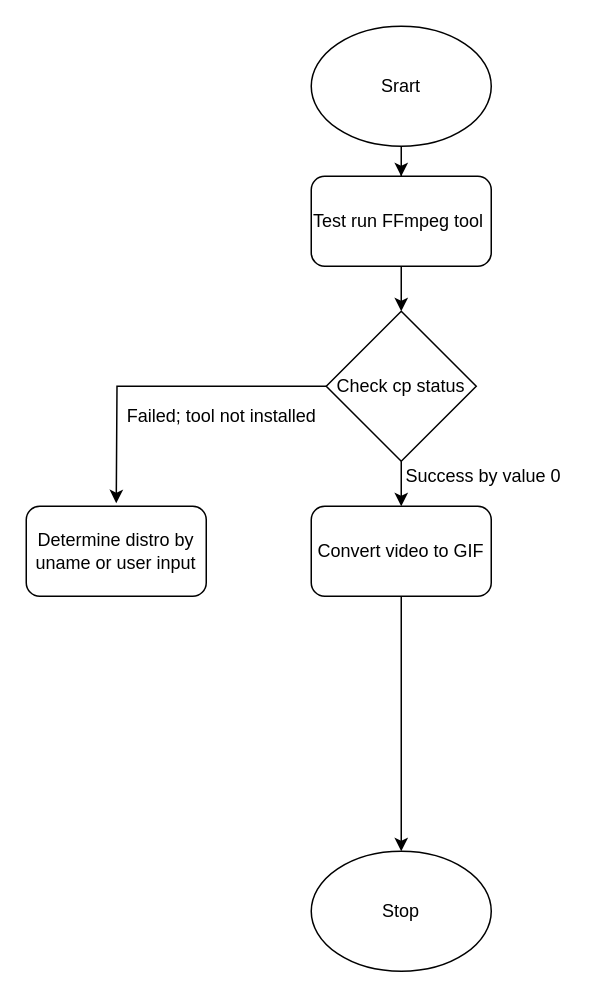
This is Structure and Media of project/Shell script flow chart.drawio from MohammadYAmmar/Shell-script-Video-to-GIF-Windows-Subsystem-Linux, a draw.io file, before an edit. Source tidied: cells renumbered, new cells numbered last; positions are measured from the earlier drawing's top-left corner, leaving out a move shared by most shapes. Both pictures are drawn from the tidied source at 150%, with x=0, y=0 at pixel (26, 26).
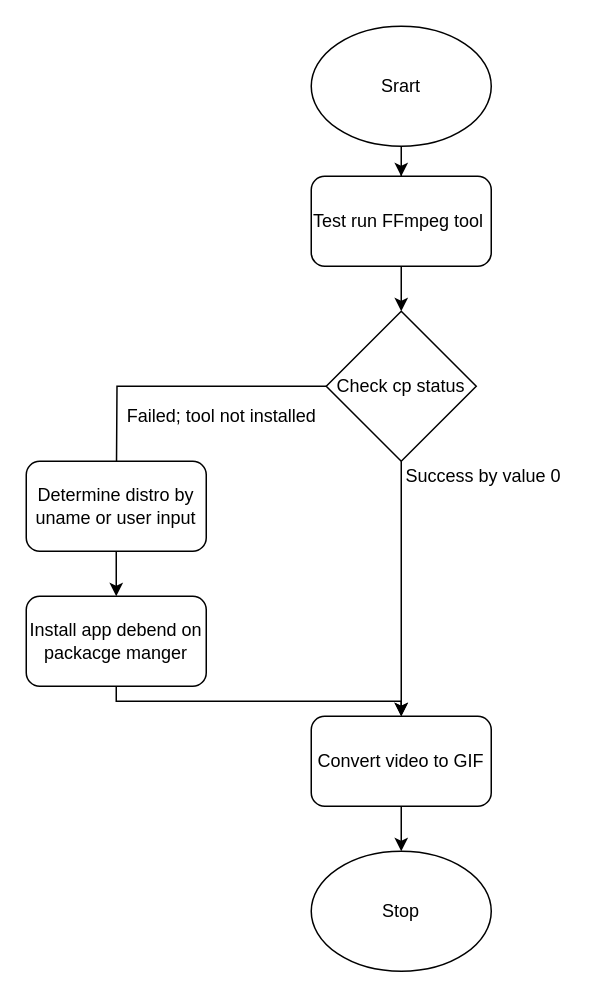
After the change.

Diff of the diagram source:
```diff
@@
     <mxCell id="11" value="&lt;span&gt;Convert video to GIF&lt;/span&gt;" style="rounded=1;whiteSpace=wrap;html=1;" parent="1" vertex="1">
-      <mxGeometry x="190" y="320" width="120" height="60" as="geometry" />
+      <mxGeometry x="190" y="460" width="120" height="60" as="geometry" />
     </mxCell>
+    <mxCell id="15" style="edgeStyle=orthogonalEdgeStyle;rounded=0;jettySize=auto;html=1;entryX=0.5;entryY=0;entryDx=0;entryDy=0;" parent="1" edge="1" source="12" target="17">
+      <mxGeometry relative="1" as="geometry" />
+    </mxCell>
     <mxCell id="12" value="Determine distro by uname or user input" style="rounded=1;whiteSpace=wrap;html=1;" parent="1" vertex="1">
-      <mxGeometry y="320" width="120" height="60" as="geometry" />
+      <mxGeometry y="290" width="120" height="60" as="geometry" />
     </mxCell>
@@
+    <mxCell id="16" style="edgeStyle=orthogonalEdgeStyle;rounded=0;jettySize=auto;html=1;" parent="1" edge="1" source="17">
+      <mxGeometry relative="1" as="geometry">
+        <mxPoint x="250" y="460" as="targetPoint" />
+        <Array as="points">
+          <mxPoint x="60" y="450" />
+          <mxPoint x="250" y="450" />
+        </Array>
+      </mxGeometry>
+    </mxCell>
+    <mxCell id="17" value="Install app debend on packacge manger" style="rounded=1;whiteSpace=wrap;html=1;" parent="1" vertex="1">
+      <mxGeometry y="380" width="120" height="60" as="geometry" />
+    </mxCell>
```
